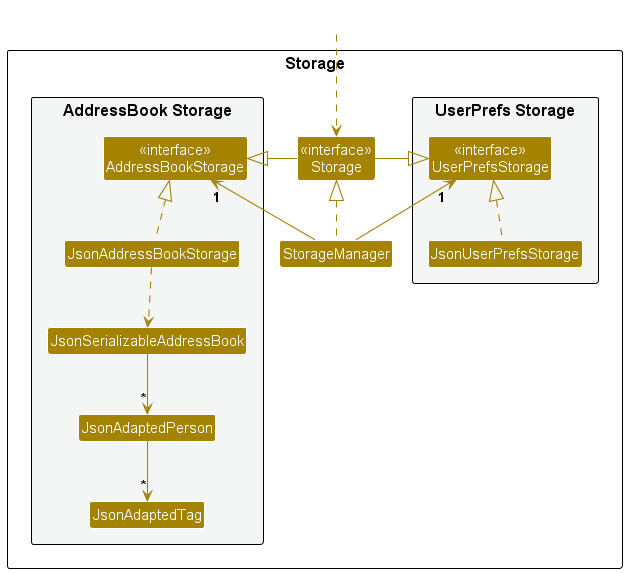
Above: docs/images/StorageClassDiagram.png in nus-cs2103-AY2425S1/tp (PlantUML), before the change.
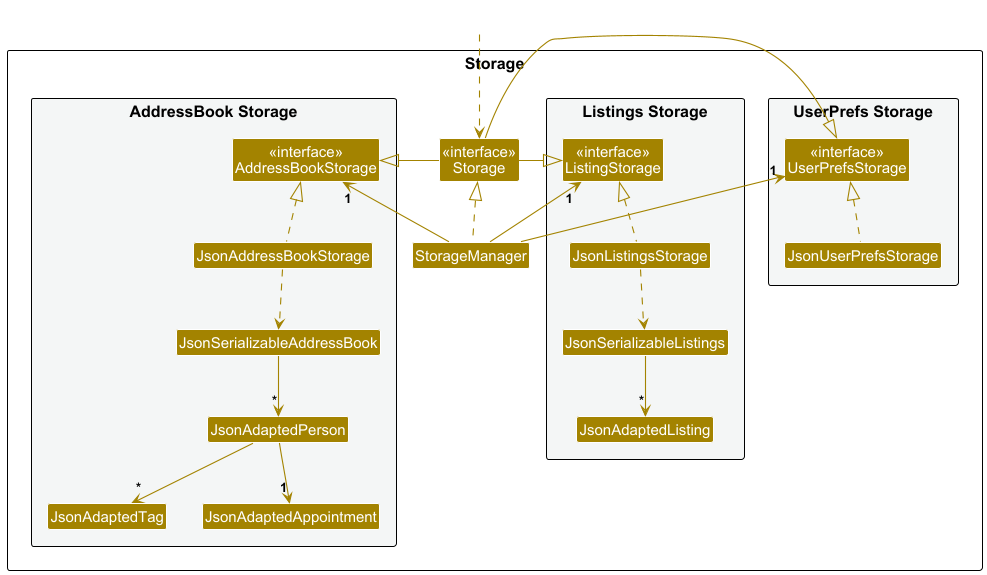
The same file after the commit.

The edit, as a diff of the source:
```diff
@@ -14,12 +14,20 @@
 Class "<<interface>>\nStorage" as Storage
 Class StorageManager
 
+package "Listings Storage" #F4F6F6{
+Class "<<interface>>\nListingStorage" as ListingsStorage
+Class JsonListingsStorage
+Class JsonSerializableListings
+Class JsonAdaptedListing
+}
+
 package "AddressBook Storage" #F4F6F6{
 Class "<<interface>>\nAddressBookStorage" as AddressBookStorage
 Class JsonAddressBookStorage
 Class JsonSerializableAddressBook
 Class JsonAdaptedPerson
 Class JsonAdaptedTag
+Class JsonAdaptedAppointment
 }
 
 }
@@ -30,14 +38,20 @@
 StorageManager .up.|> Storage
 StorageManager -up-> "1" UserPrefsStorage
 StorageManager -up-> "1" AddressBookStorage
+StorageManager -up-> "1" ListingsStorage
 
 Storage -left-|> UserPrefsStorage
 Storage -right-|> AddressBookStorage
+Storage -left-|> ListingsStorage
 
 JsonUserPrefsStorage .up.|> UserPrefsStorage
+JsonListingsStorage .up.|> ListingsStorage
+JsonListingsStorage ..> JsonSerializableListings
+JsonSerializableListings --> "*" JsonAdaptedListing
 JsonAddressBookStorage .up.|> AddressBookStorage
 JsonAddressBookStorage ..> JsonSerializableAddressBook
 JsonSerializableAddressBook --> "*" JsonAdaptedPerson
+JsonAdaptedPerson --> "1" JsonAdaptedAppointment
 JsonAdaptedPerson --> "*" JsonAdaptedTag
 
 @enduml
```
